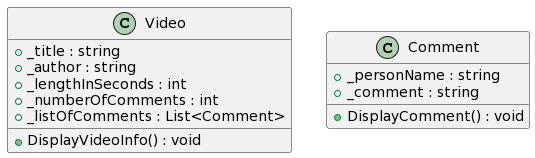
The PlantUML diagram final/Foundation1/abstraction-activity-design-foundation1-cse210.png in christianperaza/cse210, before a commit. The source it was exported from:
```plantuml
@startuml
class Video {
+ _title : string
+ _author : string
+ _lengthInSeconds : int
+ _numberOfComments : int
+ _listOfComments : List<Comment>

+ DisplayVideoInfo() : void
}

class Comment {
+ _personName : string
+ _comment : string

+ DisplayComment() : void
}
@enduml
```
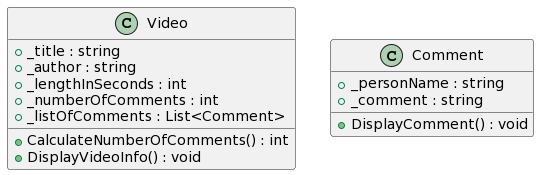
Later version of the same file.

Commit message:
Video class design fixed

The edit, as a diff of the source:
```diff
@@ -6,6 +6,7 @@
 + _numberOfComments : int
 + _listOfComments : List<Comment>
 
++ CalculateNumberOfComments() : int
 + DisplayVideoInfo() : void
 }
 
```
